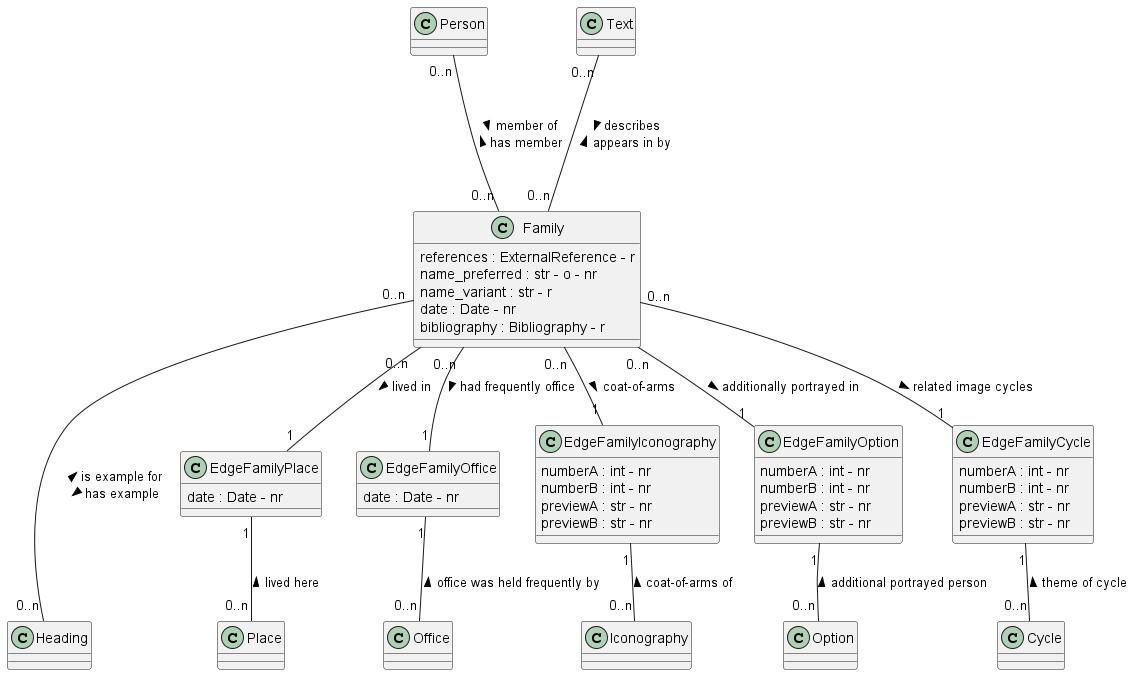
Above: documentation/class_diagrams/Family.png in tmasch/bpf_be (PlantUML), before the change.
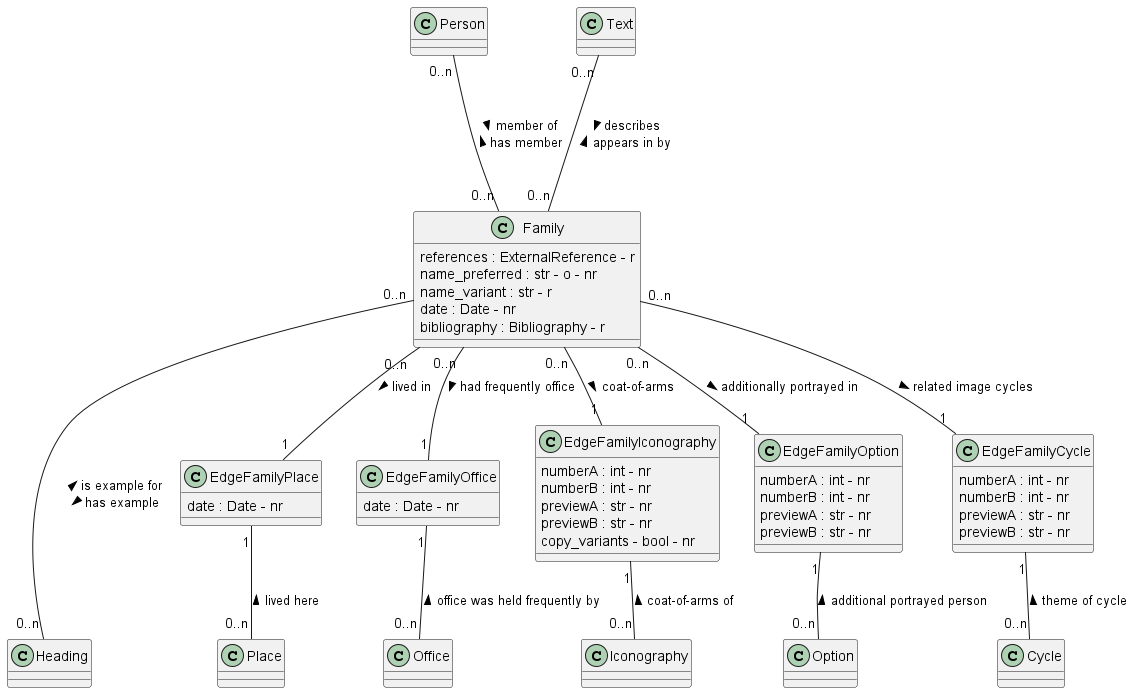
The same diagram one commit later.

The edit, as a diff of the source:
```diff
@@ -33,6 +33,7 @@
 EdgeFamilyIconography : numberB : int - nr
 EdgeFamilyIconography : previewA : str - nr
 EdgeFamilyIconography : previewB : str - nr
+EdgeFamilyIconography : copy_variants - bool - nr
 
 class EdgeFamilyOption
 EdgeFamilyOption : numberA : int - nr
```
